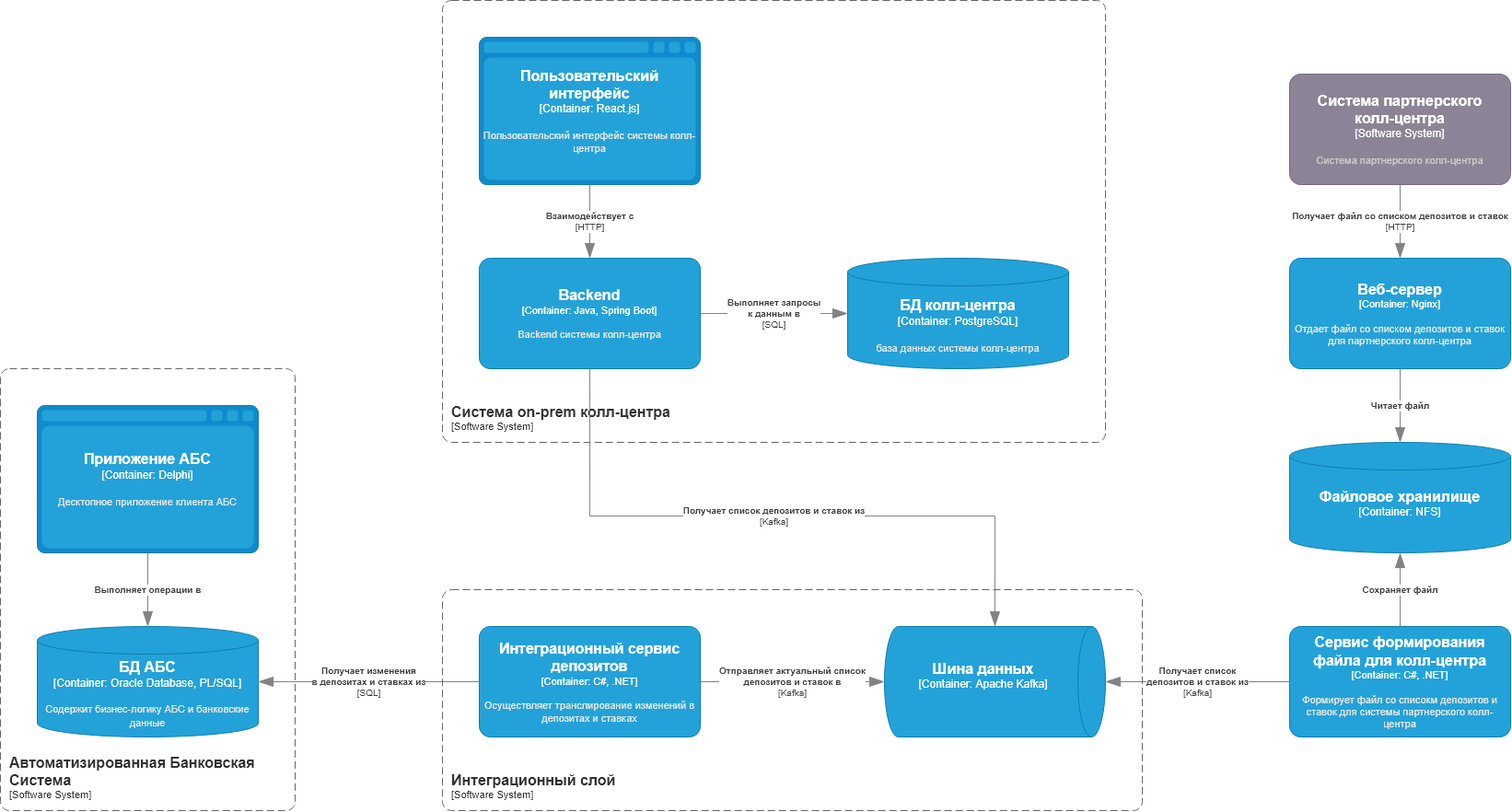
The draw.io diagram Exc4/Standart-Call-center-C4-Container.png in peter-st7/architecture-sprint-9, before a commit. Source tidied: cells renumbered, new cells last; positions are measured from the earlier drawing's top-left corner, leaving out a move shared by most shapes.
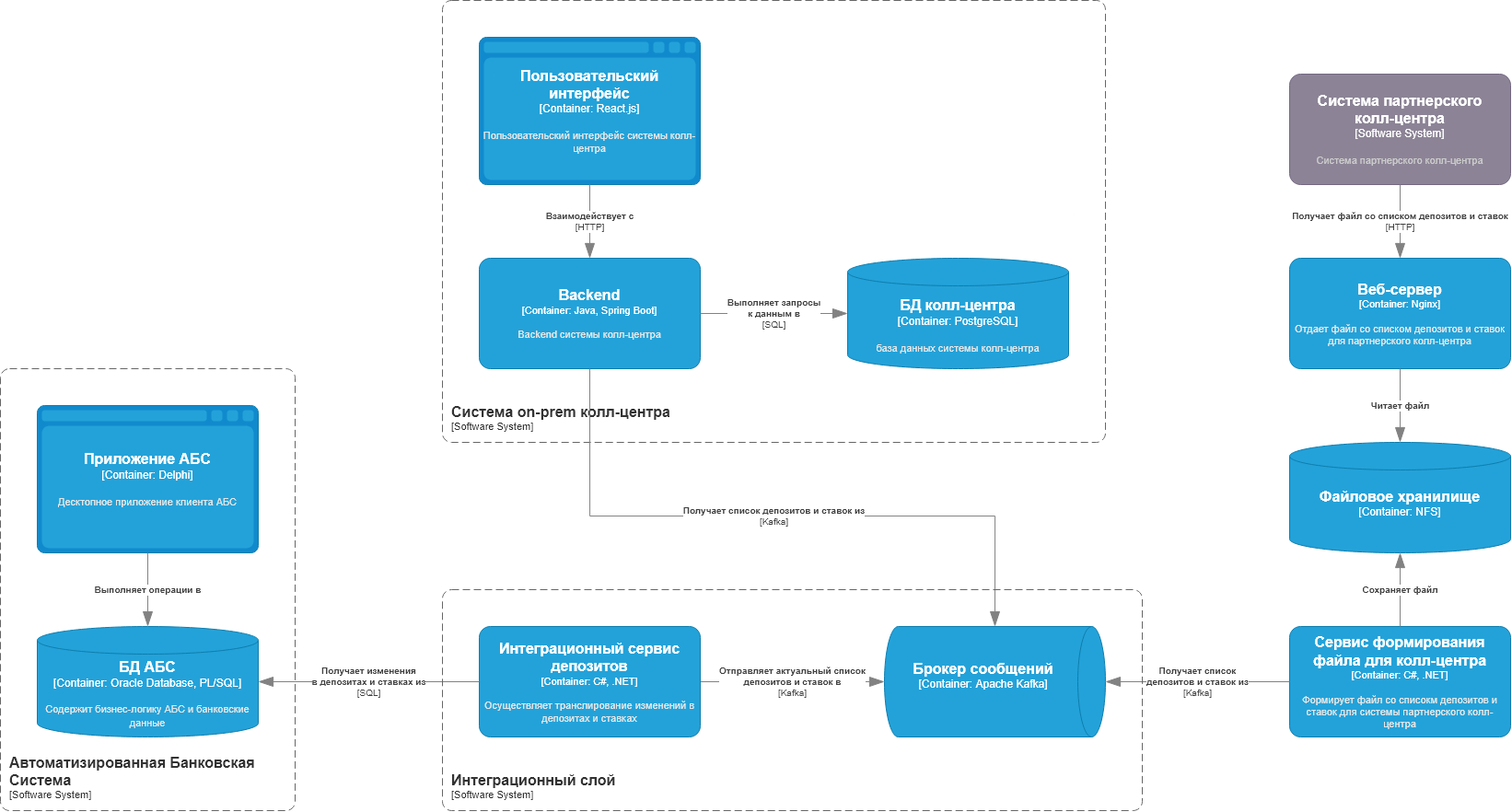
After the change.

Change to the diagram source:
```diff
@@ -17,7 +17,7 @@
         <mxGeometry x="40" y="440" width="240" height="160" as="geometry" />
       </mxCell>
     </object>
-    <object id="5" label="&lt;font style=&quot;font-size: 16px&quot;&gt;&lt;b&gt;%c4Name%&lt;/b&gt;&lt;/font&gt;&lt;div&gt;[%c4Type%:&amp;nbsp;%c4Technology%]&lt;/div&gt;&lt;br&gt;&lt;div&gt;&lt;font style=&quot;font-size: 11px&quot;&gt;&lt;font color=&quot;#E6E6E6&quot;&gt;%c4Description%&lt;/font&gt;&lt;/div&gt;" c4Description="" c4Name="Шина данных" c4Technology="Apache Kafka" c4Type="Container" placeholders="1">
+    <object id="5" label="&lt;font style=&quot;font-size: 16px&quot;&gt;&lt;b&gt;%c4Name%&lt;/b&gt;&lt;/font&gt;&lt;div&gt;[%c4Type%:&amp;nbsp;%c4Technology%]&lt;/div&gt;&lt;br&gt;&lt;div&gt;&lt;font style=&quot;font-size: 11px&quot;&gt;&lt;font color=&quot;#E6E6E6&quot;&gt;%c4Description%&lt;/font&gt;&lt;/div&gt;" c4Description="" c4Name="Брокер сообщений" c4Technology="Apache Kafka" c4Type="Container" placeholders="1">
       <mxCell style="shape=cylinder3;size=15;direction=south;whiteSpace=wrap;html=1;boundedLbl=1;rounded=0;labelBackgroundColor=none;fillColor=#23A2D9;fontSize=12;fontColor=#ffffff;align=center;strokeColor=#0E7DAD;points=[[0.5,0,0],[1,0.25,0],[1,0.5,0],[1,0.75,0],[0.5,1,0],[0,0.75,0],[0,0.5,0],[0,0.25,0]];" parent="1" vertex="1">
         <mxGeometry x="960" y="680" width="240" height="120" as="geometry" />
       </mxCell>
```
